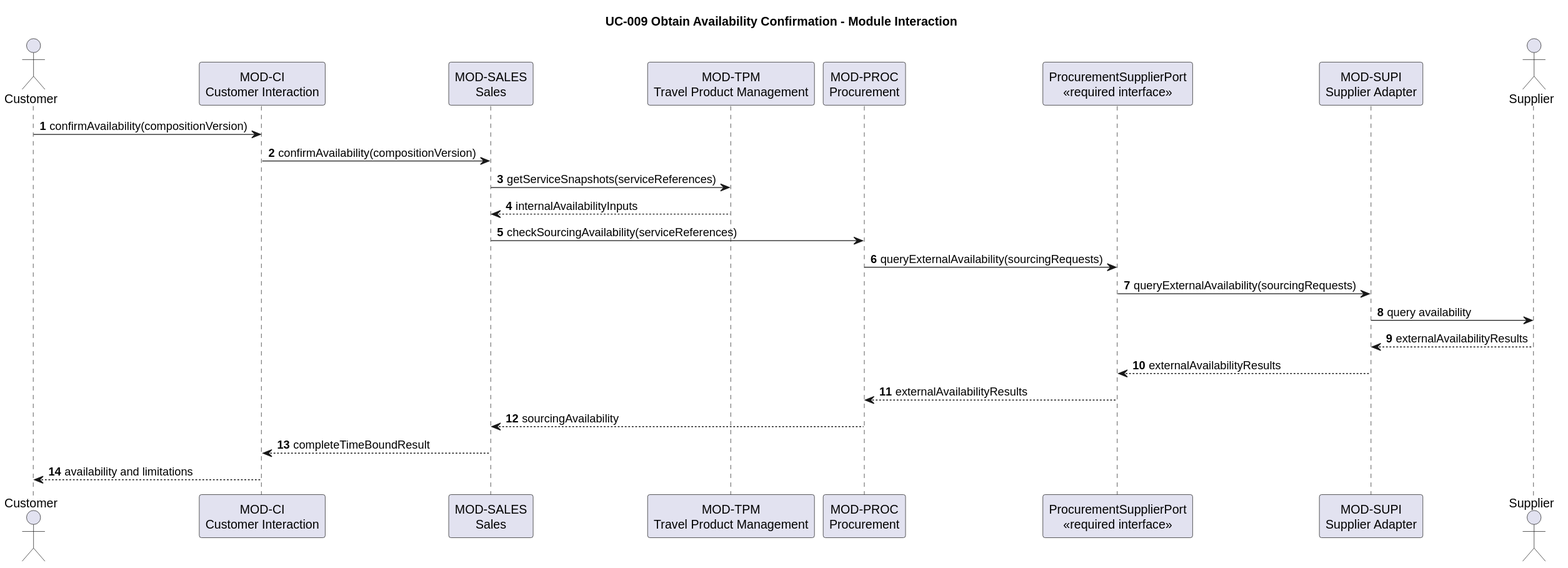
Before: docs/architecture/software-architecture/uc-009-obtain-availability-confirmation.svg, a diagram exported from PlantUML (hochschule-darmstadt/a3se_app). Source of this version:
```plantuml
@startuml
title UC-009 Obtain Availability Confirmation - Module Interaction
autonumber
actor Customer
participant "MOD-CI\nCustomer Interaction" as CI
participant "MOD-SALES\nSales" as SALES
participant "MOD-TPM\nTravel Product Management" as TPM
participant "MOD-PROC\nProcurement" as PROC
participant "ProcurementSupplierPort\n<<required interface>>" as PORT
participant "MOD-SUPI\nSupplier Adapter" as SUPI
actor Supplier

Customer -> CI: confirmAvailability(compositionVersion)
CI -> SALES: confirmAvailability(compositionVersion)
SALES -> TPM: getServiceSnapshots(serviceReferences)
TPM --> SALES: internalAvailabilityInputs
SALES -> PROC: checkSourcingAvailability(serviceReferences)
PROC -> PORT: queryExternalAvailability(sourcingRequests)
PORT -> SUPI: queryExternalAvailability(sourcingRequests)
SUPI -> Supplier: query availability
Supplier --> SUPI: externalAvailabilityResults
SUPI --> PORT: externalAvailabilityResults
PORT --> PROC: externalAvailabilityResults
PROC --> SALES: sourcingAvailability
SALES --> CI: completeTimeBoundResult
CI --> Customer: availability and limitations
@enduml
```
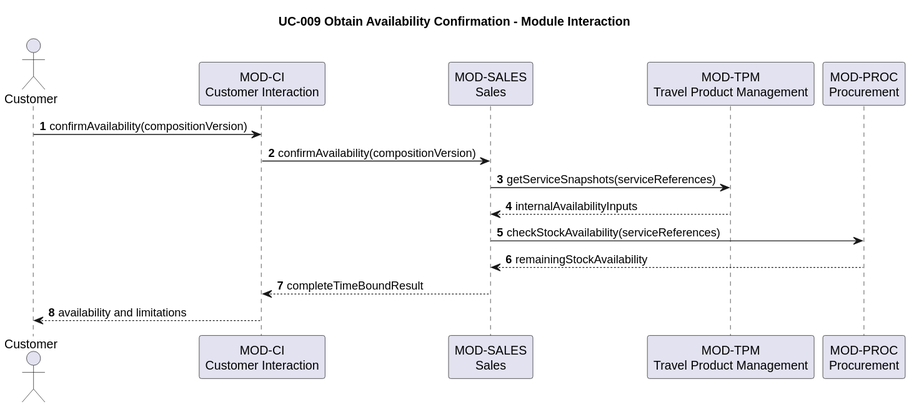
After the change.

What changed in the source:
```diff
@@ -6,22 +6,13 @@
 participant "MOD-SALES\nSales" as SALES
 participant "MOD-TPM\nTravel Product Management" as TPM
 participant "MOD-PROC\nProcurement" as PROC
-participant "ProcurementSupplierPort\n<<required interface>>" as PORT
-participant "MOD-SUPI\nSupplier Adapter" as SUPI
-actor Supplier
 
 Customer -> CI: confirmAvailability(compositionVersion)
 CI -> SALES: confirmAvailability(compositionVersion)
 SALES -> TPM: getServiceSnapshots(serviceReferences)
 TPM --> SALES: internalAvailabilityInputs
-SALES -> PROC: checkSourcingAvailability(serviceReferences)
-PROC -> PORT: queryExternalAvailability(sourcingRequests)
-PORT -> SUPI: queryExternalAvailability(sourcingRequests)
-SUPI -> Supplier: query availability
-Supplier --> SUPI: externalAvailabilityResults
-SUPI --> PORT: externalAvailabilityResults
-PORT --> PROC: externalAvailabilityResults
-PROC --> SALES: sourcingAvailability
+SALES -> PROC: checkStockAvailability(serviceReferences)
+PROC --> SALES: remainingStockAvailability
 SALES --> CI: completeTimeBoundResult
 CI --> Customer: availability and limitations
 @enduml
```
